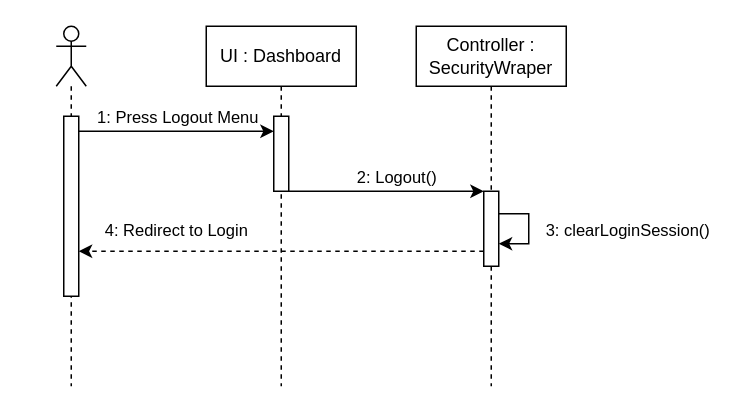
Earlier version of the draw.io diagram page "Logout" (4 of 28) of UML/Sequence Web.drawio (DevinWilliady/KendaraanBekasUML). Source tidied: cells renumbered, new cells numbered last; positions are measured from the earlier drawing's top-left corner, leaving out a move shared by most shapes. Both pictures are drawn from the tidied source at 150%, with x=0, y=0 at pixel (56, 26).
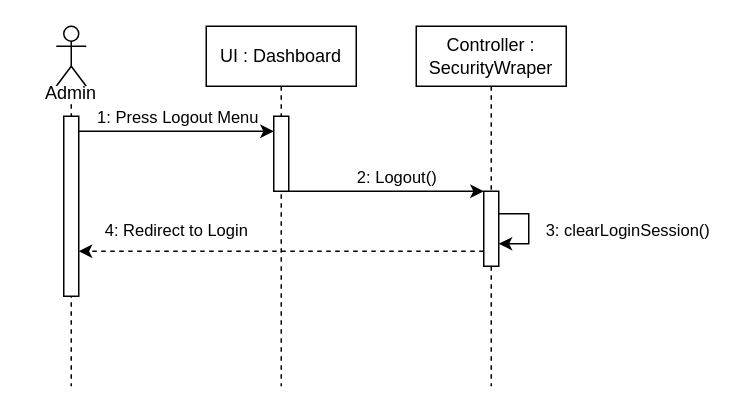
Above is the later version.

The edit, as a diff of the source:
```diff
@@
+    <mxCell id="16" value="Admin" style="rounded=0;whiteSpace=wrap;html=1;strokeWidth=0;strokeColor=#FFFFFF;" parent="1" vertex="1">
+      <mxGeometry x="-20" y="40" width="60" height="10" as="geometry" />
+    </mxCell>
```
